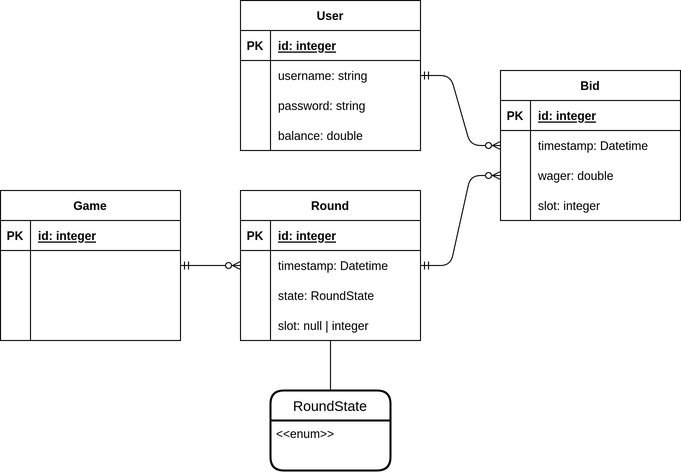
Above: docs/entity-relation/er.png in HugoMendes98/HES_ASAD-roulette (draw.io), before the change. Source tidied: cells renumbered, new cells last; positions are measured from the earlier drawing's top-left corner, leaving out a move shared by most shapes.
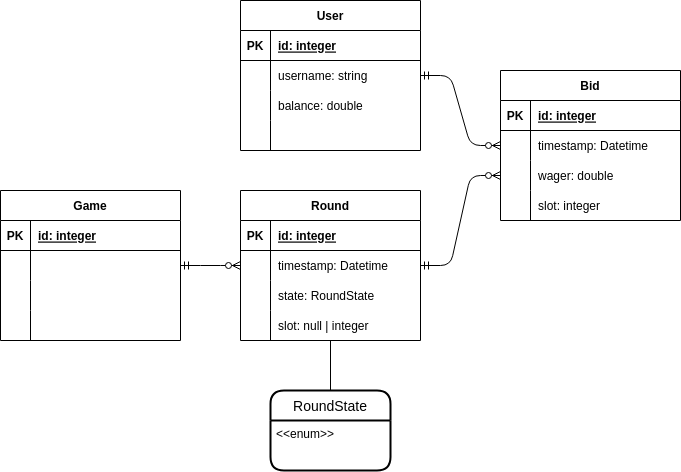
After the change.

Change to the diagram source:
```diff
@@ -29,7 +29,7 @@
     <mxCell id="10" style="shape=partialRectangle;fillColor=none;top=0;left=0;bottom=0;right=0;overflow=hidden;" parent="9" vertex="1">
       <mxGeometry width="30" height="30" as="geometry" />
     </mxCell>
-    <mxCell id="11" value="password: string" style="shape=partialRectangle;fillColor=none;top=0;left=0;bottom=0;right=0;align=left;spacingLeft=6;overflow=hidden;" parent="9" vertex="1">
+    <mxCell id="11" value="balance: double" style="shape=partialRectangle;fillColor=none;top=0;left=0;bottom=0;right=0;align=left;spacingLeft=6;overflow=hidden;" parent="9" vertex="1">
       <mxGeometry x="30" width="150" height="30" as="geometry" />
     </mxCell>
     <mxCell id="12" style="shape=tableRow;horizontal=0;startSize=0;swimlaneHead=0;swimlaneBody=0;fillColor=none;top=0;left=0;right=0;bottom=0;" parent="2" vertex="1">
@@ -38,7 +38,7 @@
     <mxCell id="13" style="shape=partialRectangle;fillColor=none;top=0;left=0;bottom=0;right=0;overflow=hidden;" parent="12" vertex="1">
       <mxGeometry width="30" height="30" as="geometry" />
     </mxCell>
-    <mxCell id="14" value="balance: double" style="shape=partialRectangle;fillColor=none;top=0;left=0;bottom=0;right=0;align=left;spacingLeft=6;overflow=hidden;" parent="12" vertex="1">
+    <mxCell id="14" style="shape=partialRectangle;fillColor=none;top=0;left=0;bottom=0;right=0;align=left;spacingLeft=6;overflow=hidden;" parent="12" vertex="1">
       <mxGeometry x="30" width="150" height="30" as="geometry" />
     </mxCell>
     <mxCell id="15" value="Bid" style="shape=table;startSize=30;rowLines=0;fontStyle=1;align=center;" parent="1" vertex="1">
```
